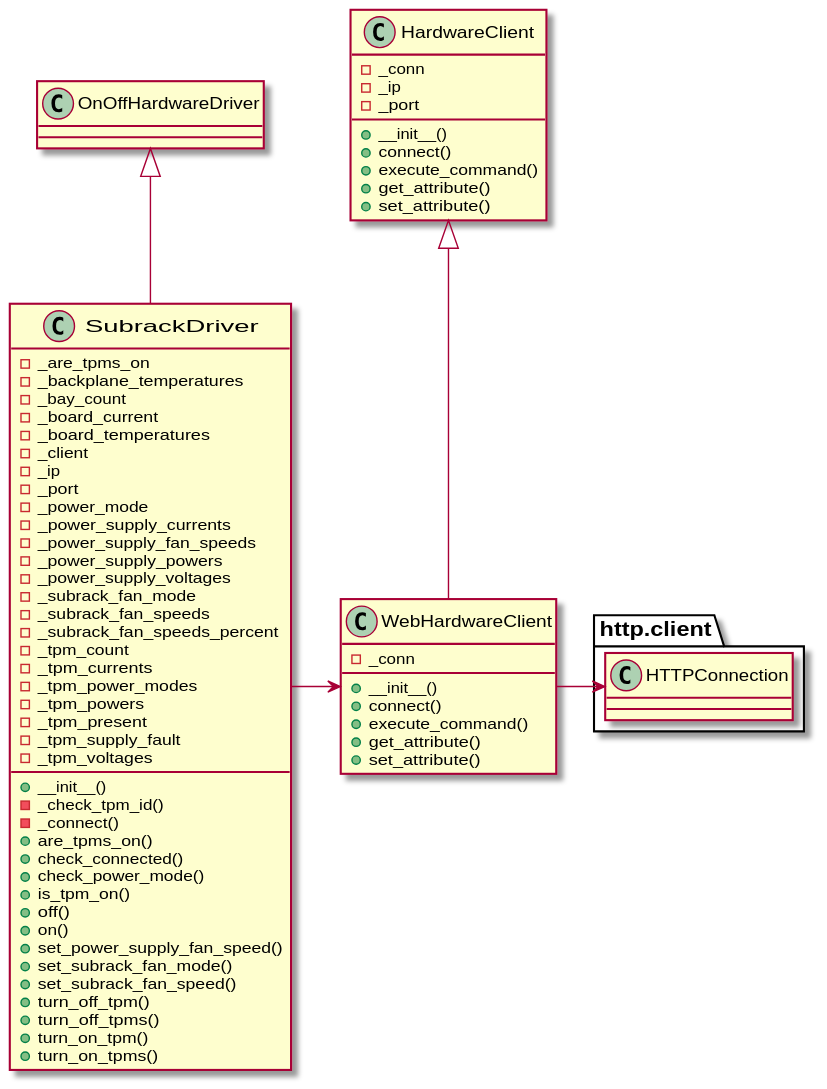
Above: docs/source/api/subrack/subrack_driver_class_diagram.svg in ska-telescope/ska-low-mccs-spshw (PlantUML), before the change. Its diagram source:
```plantuml
@startuml
class HardwareClient {
  -_conn
  -_ip
  -_port
  +__init__()
  +connect()
  +execute_command()
  +get_attribute()
  +set_attribute()
}


class WebHardwareClient {
  -_conn
  +__init__()
  +connect()
  +execute_command()
  +get_attribute()
  +set_attribute()
}

class http.client.HTTPConnection {


}

class OnOffHardwareDriver {


}

class SubrackDriver {
  -_are_tpms_on
  -_backplane_temperatures
  -_bay_count
  -_board_current
  -_board_temperatures
  -_client
  -_ip
  -_port
  -_power_mode
  -_power_supply_currents
  -_power_supply_fan_speeds
  -_power_supply_powers
  -_power_supply_voltages
  -_subrack_fan_mode
  -_subrack_fan_speeds
  -_subrack_fan_speeds_percent
  -_tpm_count
  -_tpm_currents
  -_tpm_power_modes
  -_tpm_powers
  -_tpm_present
  -_tpm_supply_fault
  -_tpm_voltages
  +__init__()
  -_check_tpm_id()
  -_connect()
  +are_tpms_on()
  +check_connected()
  +check_power_mode()
  +is_tpm_on()
  +off()
  +on()
  +set_power_supply_fan_speed()
  +set_subrack_fan_mode()
  +set_subrack_fan_speed()
  +turn_off_tpm()
  +turn_off_tpms()
  +turn_on_tpm()
  +turn_on_tpms()
}


OnOffHardwareDriver <|-down- SubrackDriver
HardwareClient <|-down- WebHardwareClient
WebHardwareClient <-left- SubrackDriver
WebHardwareClient -left-> http.client.HTTPConnection
@enduml
```
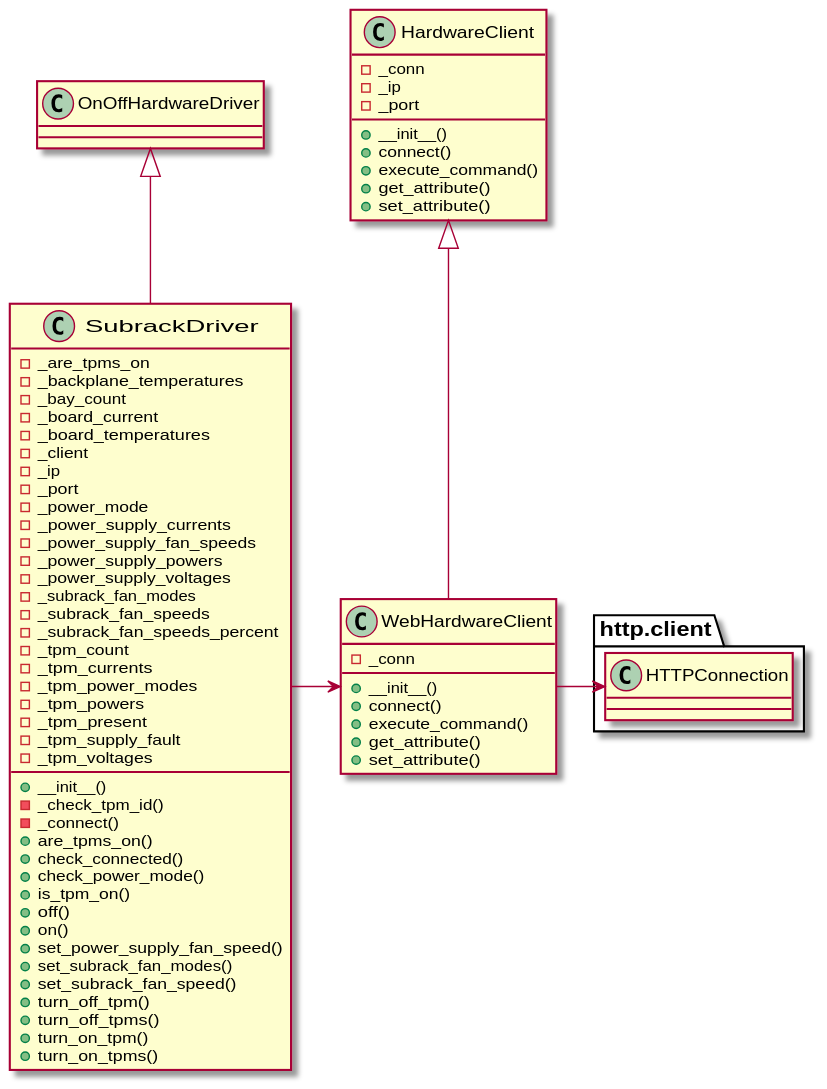
After the commit.

The edit, as a diff of the source:
```diff
@@ -44,7 +44,7 @@
   -_power_supply_fan_speeds
   -_power_supply_powers
   -_power_supply_voltages
-  -_subrack_fan_mode
+  -_subrack_fan_modes
   -_subrack_fan_speeds
   -_subrack_fan_speeds_percent
   -_tpm_count
@@ -64,7 +64,7 @@
   +off()
   +on()
   +set_power_supply_fan_speed()
-  +set_subrack_fan_mode()
+  +set_subrack_fan_modes()
   +set_subrack_fan_speed()
   +turn_off_tpm()
   +turn_off_tpms()
```
